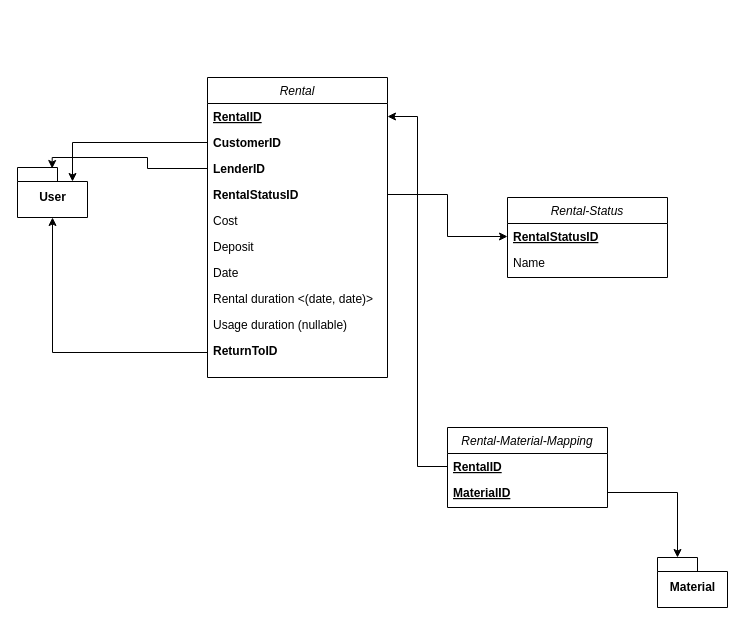
Before: page "Rental Modul" (5 of 5) of docs/entity-relationship.drawio in jneuendorf/material-manager, a draw.io diagram. Source tidied: cells renumbered, new cells numbered last; positions are measured from the earlier drawing's top-left corner, leaving out a move shared by most shapes. Both pictures are drawn from the tidied source at 100%, with x=0, y=0 at pixel (17, 77).
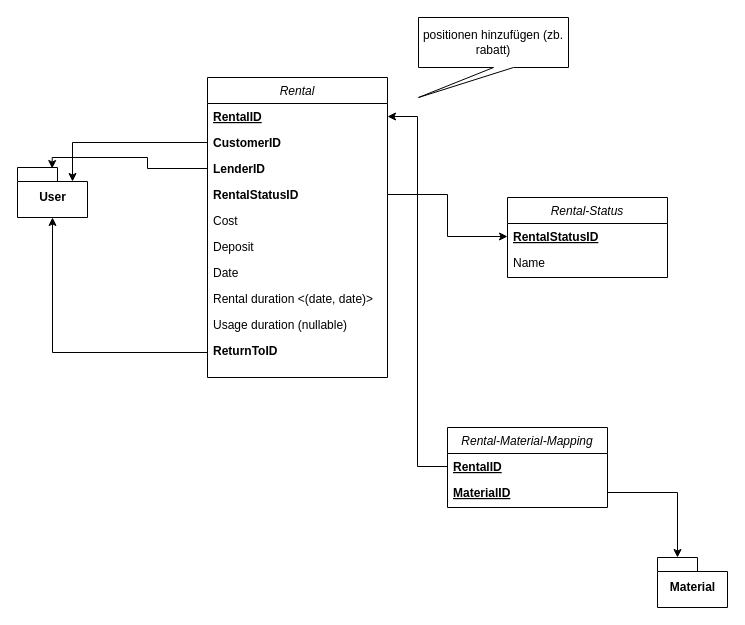
The same diagram, later.

The edit, as a diff of the source:
```diff
@@
+    <mxCell id="27" value="positionen hinzufügen (zb. rabatt)" style="shape=callout;whiteSpace=wrap;html=1;perimeter=calloutPerimeter;position2=0;" parent="1" vertex="1">
+      <mxGeometry x="401" y="-60" width="150" height="80" as="geometry" />
+    </mxCell>
```
